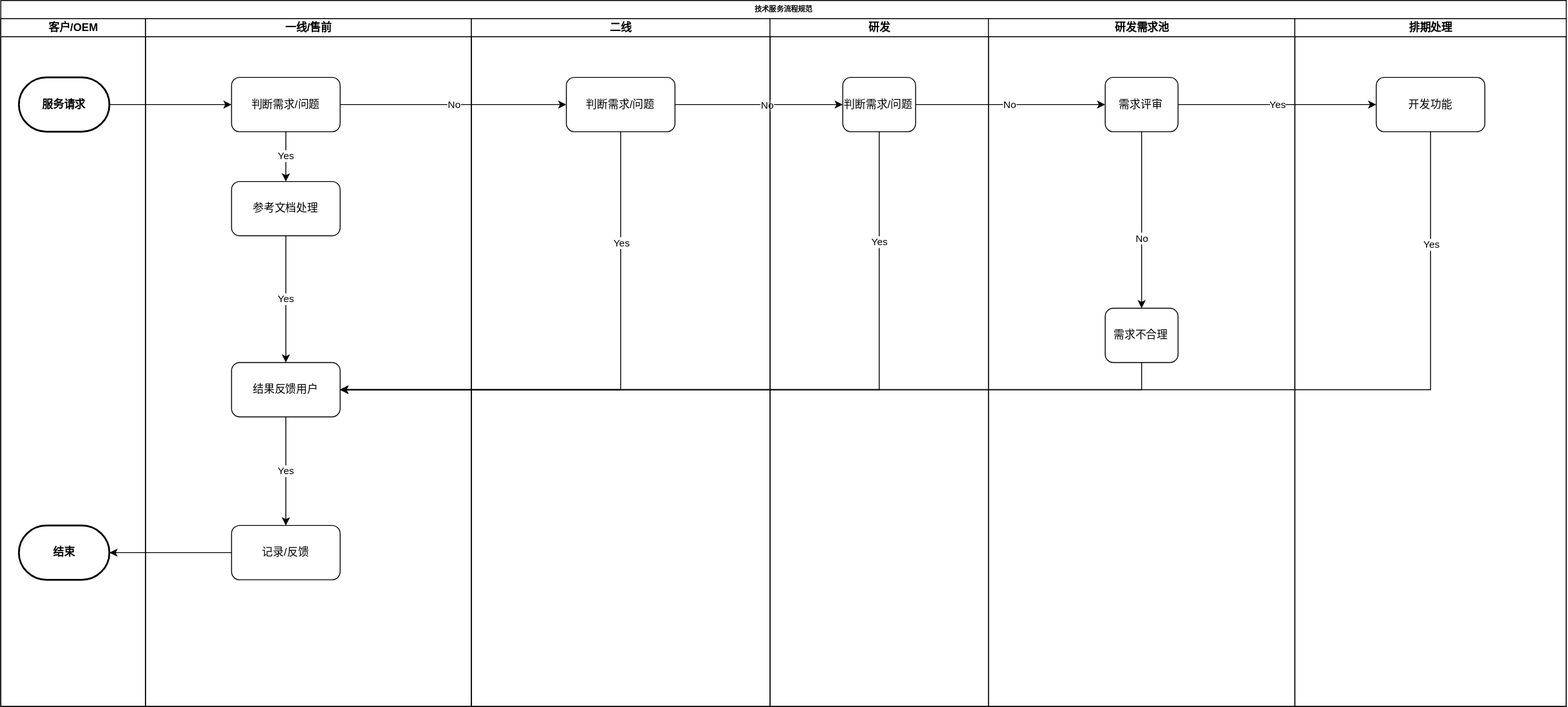
lawesen/lcgfzd keeps this draw.io diagram as 流程规范及制度.drawio.svg. Above is the earlier version. Source tidied: cells renumbered, new cells last; positions are measured from the earlier drawing's top-left corner, leaving out a move shared by most shapes.
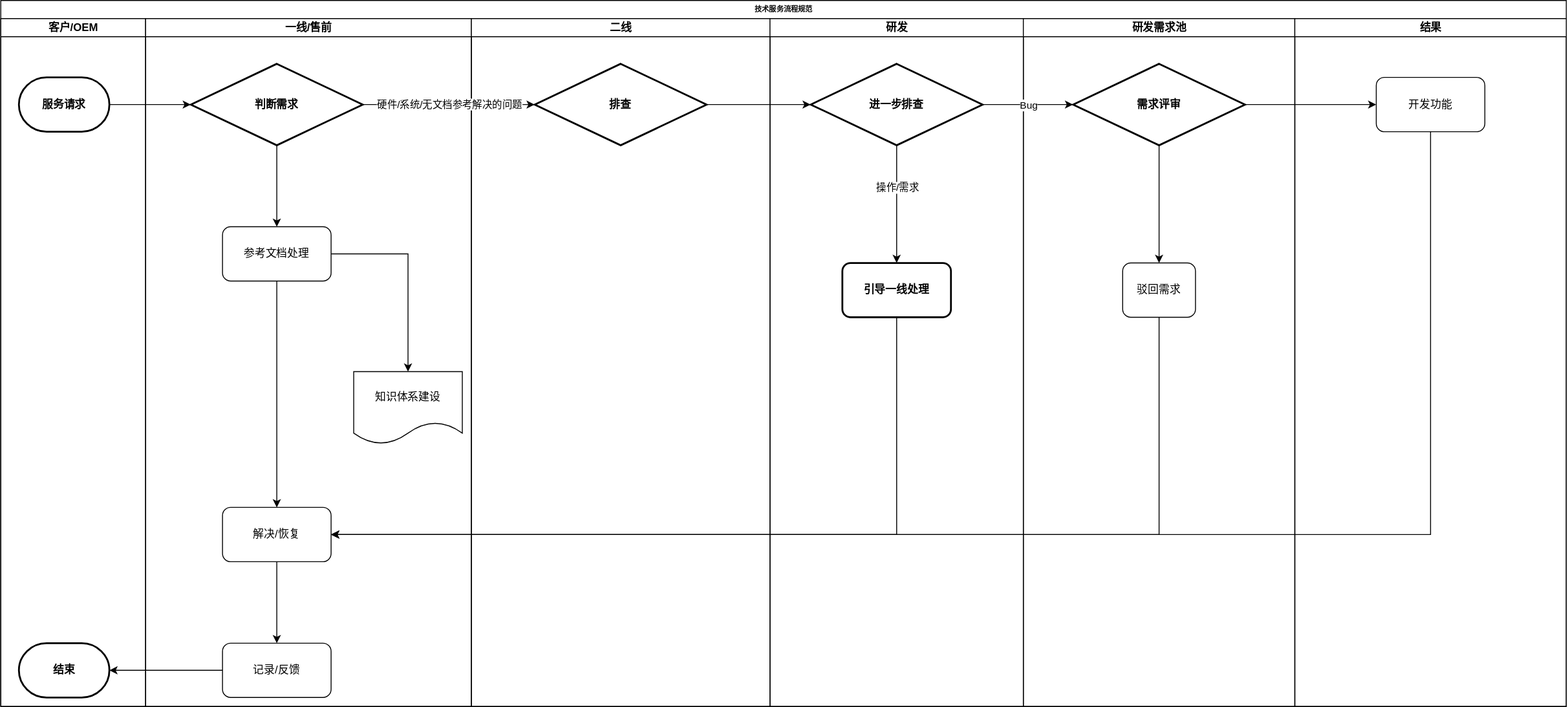
The same diagram one commit later.

Commit message:
更新流程规范及制度.drawio.svg

Change to the diagram source:
```diff
@@ -12,66 +12,44 @@
       <mxGeometry x="20" y="65" width="100" height="60" as="geometry" />
     </mxCell>
     <mxCell id="5" value="结束" style="strokeWidth=2;html=1;shape=mxgraph.flowchart.terminator;whiteSpace=wrap;fontStyle=1;" parent="3" vertex="1">
-      <mxGeometry x="20" y="560" width="100" height="60" as="geometry" />
+      <mxGeometry x="20" y="690" width="100" height="60" as="geometry" />
     </mxCell>
     <mxCell id="6" value="一线/售前" style="swimlane;html=1;startSize=20;" parent="2" vertex="1">
       <mxGeometry x="160" y="20" width="360" height="760" as="geometry" />
     </mxCell>
-    <mxCell id="7" value="Yes" style="edgeStyle=orthogonalEdgeStyle;rounded=0;jettySize=auto;html=1;exitX=0.5;exitY=1;exitDx=0;exitDy=0;" parent="6" edge="1" source="8" target="10">
-      <mxGeometry relative="1" as="geometry" />
-    </mxCell>
-    <mxCell id="8" value="&lt;span style=&quot;font-weight: 400;&quot;&gt;判断需求/问题&lt;/span&gt;" style="rounded=1;whiteSpace=wrap;html=1;fontStyle=1;" parent="6" vertex="1">
-      <mxGeometry x="95" y="65" width="120" height="60" as="geometry" />
-    </mxCell>
-    <mxCell id="9" value="Yes" style="edgeStyle=orthogonalEdgeStyle;rounded=0;jettySize=auto;html=1;" parent="6" edge="1" source="10" target="12">
+    <mxCell id="9" style="edgeStyle=orthogonalEdgeStyle;rounded=0;jettySize=auto;html=1;exitX=0.5;exitY=1;exitDx=0;exitDy=0;" parent="6" edge="1" source="10" target="12">
       <mxGeometry relative="1" as="geometry" />
     </mxCell>
+    <mxCell id="40" style="edgeStyle=orthogonalEdgeStyle;rounded=0;jettySize=auto;html=1;" parent="6" edge="1" source="10" target="43">
+      <mxGeometry relative="1" as="geometry" />
+    </mxCell>
     <mxCell id="10" value="参考文档处理" style="rounded=1;whiteSpace=wrap;html=1;" parent="6" vertex="1">
-      <mxGeometry x="95" y="180" width="120" height="60" as="geometry" />
+      <mxGeometry x="85" y="230" width="120" height="60" as="geometry" />
     </mxCell>
-    <mxCell id="11" value="Yes" style="edgeStyle=orthogonalEdgeStyle;rounded=0;jettySize=auto;html=1;" parent="6" edge="1" source="12" target="13">
+    <mxCell id="11" style="edgeStyle=orthogonalEdgeStyle;rounded=0;jettySize=auto;html=1;exitX=0.5;exitY=1;exitDx=0;exitDy=0;" parent="6" edge="1" source="12" target="13">
       <mxGeometry relative="1" as="geometry" />
     </mxCell>
-    <mxCell id="12" value="结果反馈用户" style="whiteSpace=wrap;html=1;rounded=1;" parent="6" vertex="1">
-      <mxGeometry x="95" y="380" width="120" height="60" as="geometry" />
+    <mxCell id="12" value="解决/恢复" style="whiteSpace=wrap;html=1;rounded=1;" parent="6" vertex="1">
+      <mxGeometry x="85" y="540" width="120" height="60" as="geometry" />
     </mxCell>
     <mxCell id="13" value="记录/反馈" style="rounded=1;whiteSpace=wrap;html=1;" parent="6" vertex="1">
-      <mxGeometry x="95" y="560" width="120" height="60" as="geometry" />
+      <mxGeometry x="85" y="690" width="120" height="60" as="geometry" />
     </mxCell>
+    <mxCell id="41" style="edgeStyle=orthogonalEdgeStyle;rounded=0;jettySize=auto;html=1;exitX=0.5;exitY=1;exitDx=0;exitDy=0;" parent="6" edge="1" source="42" target="10">
+      <mxGeometry relative="1" as="geometry" />
+    </mxCell>
+    <mxCell id="42" value="判断需求" style="rhombus;whiteSpace=wrap;html=1;strokeWidth=2;fontStyle=1;" parent="6" vertex="1">
+      <mxGeometry x="50" y="50" width="190" height="90" as="geometry" />
+    </mxCell>
+    <mxCell id="43" value="知识体系建设" style="shape=document;whiteSpace=wrap;html=1;boundedLbl=1;rounded=1;" parent="6" vertex="1">
+      <mxGeometry x="230" y="390" width="120" height="80" as="geometry" />
+    </mxCell>
     <mxCell id="14" value="二线" style="swimlane;html=1;startSize=20;" parent="2" vertex="1">
       <mxGeometry x="520" y="20" width="330" height="760" as="geometry" />
     </mxCell>
-    <mxCell id="15" value="判断需求/问题" style="rounded=1;whiteSpace=wrap;html=1;" parent="14" vertex="1">
-      <mxGeometry x="105" y="65" width="120" height="60" as="geometry" />
-    </mxCell>
-    <mxCell id="16" style="edgeStyle=orthogonalEdgeStyle;rounded=0;jettySize=auto;html=1;exitX=1;exitY=0.5;exitDx=0;exitDy=0;exitPerimeter=0;entryX=0;entryY=0.5;entryDx=0;entryDy=0;" parent="2" edge="1" source="4" target="8">
-      <mxGeometry relative="1" as="geometry" />
-    </mxCell>
-    <mxCell id="17" value="No" style="edgeStyle=orthogonalEdgeStyle;rounded=0;jettySize=auto;html=1;exitX=1;exitY=0.5;exitDx=0;exitDy=0;entryX=0;entryY=0.5;entryDx=0;entryDy=0;" parent="2" edge="1" source="8" target="15">
-      <mxGeometry relative="1" as="geometry" />
-    </mxCell>
-    <mxCell id="18" style="edgeStyle=orthogonalEdgeStyle;rounded=0;jettySize=auto;html=1;exitX=0.5;exitY=1;exitDx=0;exitDy=0;entryX=1;entryY=0.5;entryDx=0;entryDy=0;" parent="2" edge="1" source="15" target="12">
-      <mxGeometry relative="1" as="geometry" />
-    </mxCell>
-    <mxCell id="19" value="Yes" style="edgeLabel;html=1;align=center;verticalAlign=middle;" parent="18" vertex="1">
-      <mxGeometry x="-0.79" relative="1" as="geometry">
-        <mxPoint y="61" as="offset" />
-      </mxGeometry>
-    </mxCell>
-    <mxCell id="20" style="edgeStyle=orthogonalEdgeStyle;rounded=0;jettySize=auto;html=1;" parent="2" edge="1" source="15" target="27">
-      <mxGeometry relative="1" as="geometry" />
-    </mxCell>
-    <mxCell id="21" value="No" style="edgeLabel;html=1;align=center;verticalAlign=middle;" parent="20" vertex="1">
-      <mxGeometry x="0.09" relative="1" as="geometry" />
-    </mxCell>
-    <mxCell id="22" style="edgeStyle=orthogonalEdgeStyle;rounded=0;jettySize=auto;html=1;exitX=0.5;exitY=1;exitDx=0;exitDy=0;entryX=1;entryY=0.5;entryDx=0;entryDy=0;" parent="2" edge="1" source="27" target="12">
-      <mxGeometry relative="1" as="geometry" />
-    </mxCell>
-    <mxCell id="23" value="Yes" style="edgeLabel;html=1;align=center;verticalAlign=middle;" parent="22" vertex="1">
-      <mxGeometry x="-0.87" y="2" relative="1" as="geometry">
-        <mxPoint x="-2" y="63" as="offset" />
-      </mxGeometry>
-    </mxCell>
+    <mxCell id="44" value="排查" style="rhombus;whiteSpace=wrap;html=1;strokeWidth=2;fontStyle=1;" parent="14" vertex="1">
+      <mxGeometry x="70" y="50" width="190" height="90" as="geometry" />
+    </mxCell>
     <mxCell id="24" style="edgeStyle=orthogonalEdgeStyle;rounded=0;jettySize=auto;html=1;exitX=0.5;exitY=1;exitDx=0;exitDy=0;entryX=1;entryY=0.5;entryDx=0;entryDy=0;" parent="2" edge="1" source="32" target="12">
       <mxGeometry relative="1" as="geometry" />
     </mxCell>
@@ -79,50 +57,68 @@
       <mxGeometry x="850" y="20" width="580" height="760" as="geometry" />
     </mxCell>
     <mxCell id="26" value="研发" style="swimlane;html=1;startSize=20;" parent="25" vertex="1">
-      <mxGeometry width="241.4" height="760" as="geometry" />
+      <mxGeometry width="280" height="760" as="geometry" />
     </mxCell>
-    <mxCell id="27" value="判断需求/问题" style="whiteSpace=wrap;html=1;rounded=1;" parent="26" vertex="1">
-      <mxGeometry x="80.5" y="65" width="80.5" height="60" as="geometry" />
-    </mxCell>
+    <mxCell id="45" style="edgeStyle=orthogonalEdgeStyle;rounded=0;jettySize=auto;html=1;" parent="26" edge="1" source="47" target="48">
+      <mxGeometry relative="1" as="geometry" />
+    </mxCell>
+    <mxCell id="46" value="操作/需求" style="edgeLabel;html=1;align=center;verticalAlign=middle;" parent="45" vertex="1">
+      <mxGeometry x="-0.28" relative="1" as="geometry">
+        <mxPoint y="-1" as="offset" />
+      </mxGeometry>
+    </mxCell>
+    <mxCell id="47" value="进一步排查" style="rhombus;whiteSpace=wrap;html=1;strokeWidth=2;fontStyle=1;" parent="26" vertex="1">
+      <mxGeometry x="45" y="50" width="190" height="90" as="geometry" />
+    </mxCell>
+    <mxCell id="48" value="引导一线处理" style="rounded=1;whiteSpace=wrap;html=1;strokeWidth=2;fontStyle=1;" parent="26" vertex="1">
+      <mxGeometry x="80" y="270" width="120" height="60" as="geometry" />
+    </mxCell>
     <mxCell id="28" value="研发需求池" style="swimlane;html=1;startSize=20;" parent="25" vertex="1">
-      <mxGeometry x="241.4" width="338.6" height="760" as="geometry" />
+      <mxGeometry x="280" width="300" height="760" as="geometry" />
     </mxCell>
+    <mxCell id="32" value="驳回需求" style="whiteSpace=wrap;html=1;rounded=1;" parent="28" vertex="1">
+      <mxGeometry x="109.8" y="270" width="80.5" height="60" as="geometry" />
+    </mxCell>
     <mxCell id="29" style="edgeStyle=orthogonalEdgeStyle;rounded=0;jettySize=auto;html=1;exitX=0.5;exitY=1;exitDx=0;exitDy=0;" parent="28" edge="1" source="31" target="32">
       <mxGeometry relative="1" as="geometry" />
     </mxCell>
-    <mxCell id="30" value="No" style="edgeLabel;html=1;align=center;verticalAlign=middle;" parent="29" vertex="1">
-      <mxGeometry x="-0.26" y="-1" relative="1" as="geometry">
-        <mxPoint x="1" y="46" as="offset" />
-      </mxGeometry>
-    </mxCell>
-    <mxCell id="31" value="需求评审" style="whiteSpace=wrap;html=1;rounded=1;" parent="28" vertex="1">
-      <mxGeometry x="129.1" y="65" width="80.5" height="60" as="geometry" />
+    <mxCell id="31" value="需求评审" style="rhombus;whiteSpace=wrap;html=1;strokeWidth=2;fontStyle=1;" parent="28" vertex="1">
+      <mxGeometry x="55" y="50" width="190" height="90" as="geometry" />
     </mxCell>
-    <mxCell id="32" value="需求不合理" style="whiteSpace=wrap;html=1;rounded=1;" parent="28" vertex="1">
-      <mxGeometry x="129.1" y="320" width="80.5" height="60" as="geometry" />
-    </mxCell>
-    <mxCell id="33" value="No" style="edgeStyle=orthogonalEdgeStyle;rounded=0;jettySize=auto;html=1;" parent="25" edge="1" source="27" target="31">
-      <mxGeometry relative="1" as="geometry" />
-    </mxCell>
+    <mxCell id="49" style="edgeStyle=orthogonalEdgeStyle;rounded=0;jettySize=auto;html=1;exitX=1;exitY=0.5;exitDx=0;exitDy=0;entryX=0;entryY=0.5;entryDx=0;entryDy=0;" parent="25" edge="1" source="47" target="31">
+      <mxGeometry relative="1" as="geometry" />
+    </mxCell>
+    <mxCell id="50" value="Bug" style="edgeLabel;html=1;align=center;verticalAlign=middle;" parent="49" vertex="1">
+      <mxGeometry x="0.01" relative="1" as="geometry">
+        <mxPoint x="-1" as="offset" />
+      </mxGeometry>
+    </mxCell>
     <mxCell id="34" style="edgeStyle=orthogonalEdgeStyle;rounded=0;jettySize=auto;html=1;exitX=0;exitY=0.5;exitDx=0;exitDy=0;entryX=1;entryY=0.5;entryDx=0;entryDy=0;entryPerimeter=0;" parent="2" edge="1" source="13" target="5">
       <mxGeometry relative="1" as="geometry" />
     </mxCell>
     <mxCell id="35" style="edgeStyle=orthogonalEdgeStyle;rounded=0;jettySize=auto;html=1;exitX=0.5;exitY=1;exitDx=0;exitDy=0;entryX=1;entryY=0.5;entryDx=0;entryDy=0;" parent="2" edge="1" source="39" target="12">
       <mxGeometry relative="1" as="geometry" />
     </mxCell>
-    <mxCell id="36" value="Yes" style="edgeLabel;html=1;align=center;verticalAlign=middle;" parent="35" vertex="1">
-      <mxGeometry x="-0.86" y="4" relative="1" as="geometry">
-        <mxPoint x="-4" y="19" as="offset" />
-      </mxGeometry>
-    </mxCell>
-    <mxCell id="37" value="Yes" style="edgeStyle=orthogonalEdgeStyle;rounded=0;jettySize=auto;html=1;" parent="2" edge="1" source="31" target="39">
-      <mxGeometry relative="1" as="geometry" />
-    </mxCell>
-    <mxCell id="38" value="排期处理" style="swimlane;html=1;startSize=20;" parent="2" vertex="1">
+    <mxCell id="38" value="结果" style="swimlane;html=1;startSize=20;" parent="2" vertex="1">
       <mxGeometry x="1430" y="20" width="300" height="760" as="geometry" />
     </mxCell>
     <mxCell id="39" value="开发功能" style="whiteSpace=wrap;html=1;rounded=1;" parent="38" vertex="1">
       <mxGeometry x="90" y="65" width="120" height="60" as="geometry" />
     </mxCell>
+    <mxCell id="51" style="edgeStyle=orthogonalEdgeStyle;rounded=0;jettySize=auto;html=1;" parent="2" edge="1" source="4" target="42">
+      <mxGeometry relative="1" as="geometry" />
+    </mxCell>
+    <mxCell id="52" value="硬件/系统/无文档参考解决的问题" style="edgeStyle=orthogonalEdgeStyle;rounded=0;jettySize=auto;html=1;exitX=1;exitY=0.5;exitDx=0;exitDy=0;" parent="2" edge="1" source="42" target="44">
+      <mxGeometry relative="1" as="geometry" />
+    </mxCell>
+    <mxCell id="37" style="edgeStyle=orthogonalEdgeStyle;rounded=0;jettySize=auto;html=1;exitX=1;exitY=0.5;exitDx=0;exitDy=0;entryX=0;entryY=0.5;entryDx=0;entryDy=0;" parent="2" edge="1" source="31" target="39">
+      <mxGeometry relative="1" as="geometry" />
+    </mxCell>
+    <mxCell id="53" style="edgeStyle=orthogonalEdgeStyle;rounded=0;jettySize=auto;html=1;exitX=0.5;exitY=1;exitDx=0;exitDy=0;entryX=1;entryY=0.5;entryDx=0;entryDy=0;" parent="2" edge="1" source="48" target="12">
+      <mxGeometry relative="1" as="geometry" />
+    </mxCell>
+    <mxCell id="54" style="edgeStyle=orthogonalEdgeStyle;rounded=0;jettySize=auto;html=1;exitX=1;exitY=0.5;exitDx=0;exitDy=0;entryX=0;entryY=0.5;entryDx=0;entryDy=0;" parent="2" edge="1" source="44" target="47">
+      <mxGeometry relative="1" as="geometry" />
+    </mxCell>
   </root>
 </mxGraphModel>
```
